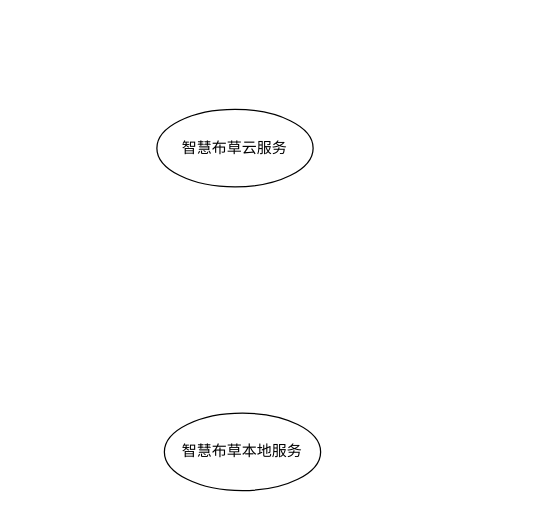
The draw.io diagram xzzh/布草误扫描解决方案架构图.drawio in daniel-7d/draw, before the edit. Source tidied: cells renumbered, new cells numbered last; positions are measured from the earlier drawing's top-left corner, leaving out a move shared by most shapes. Both pictures are drawn from the tidied source at 125%, with x=0, y=0 at pixel (156, 109).
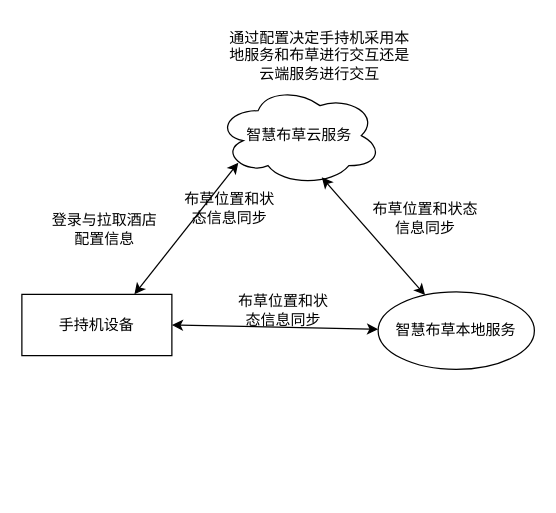
After the change.

Commit message (it also covers changes not shown here):
更新布草误扫描解决方案架构图.drawio

Diff of the diagram source:
```diff
@@
 <mxGraphModel>
   <root>
     <mxCell id="0" />
     <mxCell id="1" parent="0" />
+    <mxCell id="3" value="智慧布草本地服务" style="ellipse;whiteSpace=wrap;html=1;" parent="1" vertex="1">
+      <mxGeometry x="177" y="146" width="125" height="62" as="geometry" />
+    </mxCell>
-    <mxCell id="2" value="智慧布草云服务" style="ellipse;whiteSpace=wrap;html=1;" parent="1" vertex="1">
-      <mxGeometry width="125" height="62" as="geometry" />
+    <mxCell id="2" value="智慧布草云服务" style="ellipse;shape=cloud;whiteSpace=wrap;html=1;" parent="1" vertex="1">
+      <mxGeometry x="48" y="-19" width="132" height="80" as="geometry" />
     </mxCell>
-    <mxCell id="3" value="智慧布草本地服务" style="ellipse;whiteSpace=wrap;html=1;" parent="1" vertex="1">
-      <mxGeometry x="6" y="243" width="125" height="62" as="geometry" />
-    </mxCell>
+    <mxCell id="4" value="手持机设备" style="rounded=0;whiteSpace=wrap;html=1;" parent="1" vertex="1">
+      <mxGeometry x="-108" y="148" width="120" height="49" as="geometry" />
+    </mxCell>
+    <mxCell id="5" style="endArrow=classic;startArrow=classic;html=1;rounded=0;exitX=0.636;exitY=0.917;exitDx=0;exitDy=0;exitPerimeter=0;" parent="1" edge="1" source="2" target="3">
+      <mxGeometry relative="1" as="geometry" />
+    </mxCell>
+    <mxCell id="6" value="布草位置和状态信息同步" style="text;html=1;align=center;verticalAlign=middle;whiteSpace=wrap;rounded=0;" parent="1" vertex="1">
+      <mxGeometry x="169" y="72" width="92" height="30" as="geometry" />
+    </mxCell>
+    <mxCell id="7" style="endArrow=classic;startArrow=classic;html=1;rounded=0;exitX=1;exitY=0.5;exitDx=0;exitDy=0;" parent="1" edge="1" source="4" target="3">
+      <mxGeometry relative="1" as="geometry" />
+    </mxCell>
+    <mxCell id="8" value="布草位置和状态信息同步" style="text;html=1;align=center;verticalAlign=middle;whiteSpace=wrap;rounded=0;" parent="1" vertex="1">
+      <mxGeometry x="60" y="146" width="83" height="30" as="geometry" />
+    </mxCell>
+    <mxCell id="9" style="endArrow=classic;startArrow=classic;html=1;rounded=0;exitX=0.13;exitY=0.77;exitDx=0;exitDy=0;exitPerimeter=0;entryX=0.75;entryY=0;entryDx=0;entryDy=0;" parent="1" edge="1" source="2" target="4">
+      <mxGeometry relative="1" as="geometry" />
+    </mxCell>
+    <mxCell id="10" value="登录与拉取酒店配置信息" style="text;html=1;align=center;verticalAlign=middle;whiteSpace=wrap;rounded=0;" parent="1" vertex="1">
+      <mxGeometry x="-89" y="81" width="95" height="30" as="geometry" />
+    </mxCell>
+    <mxCell id="11" value="布草位置和状态信息同步" style="text;html=1;align=center;verticalAlign=middle;whiteSpace=wrap;rounded=0;" parent="1" vertex="1">
+      <mxGeometry x="18" y="64" width="81" height="30" as="geometry" />
+    </mxCell>
+    <mxCell id="12" value="通过配置决定手持机采用本地服务和布草进行交互还是云端服务进行交互" style="text;html=1;align=center;verticalAlign=middle;whiteSpace=wrap;rounded=0;" parent="1" vertex="1">
+      <mxGeometry x="56" y="-70" width="149" height="53" as="geometry" />
+    </mxCell>
   </root>
 </mxGraphModel>
```
